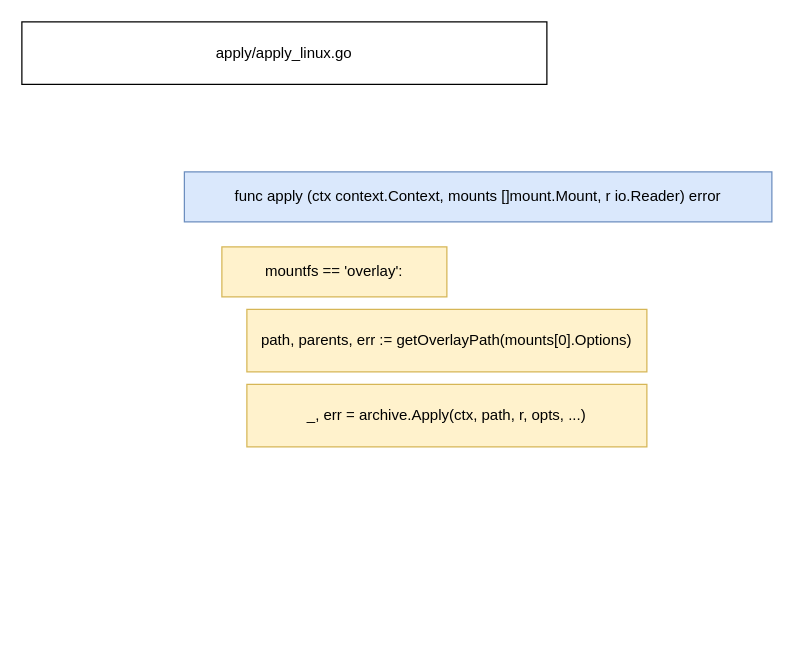
Earlier version of the draw.io diagram page "apply_linux.go" (2 of 4) of containerd_tar.go.drawio (fr0g2s/diagrams). Source tidied: cells renumbered, new cells numbered last; positions are measured from the earlier drawing's top-left corner, leaving out a move shared by most shapes. Both pictures are drawn from the tidied source at 125%, with x=0, y=0 at pixel (21, 21).
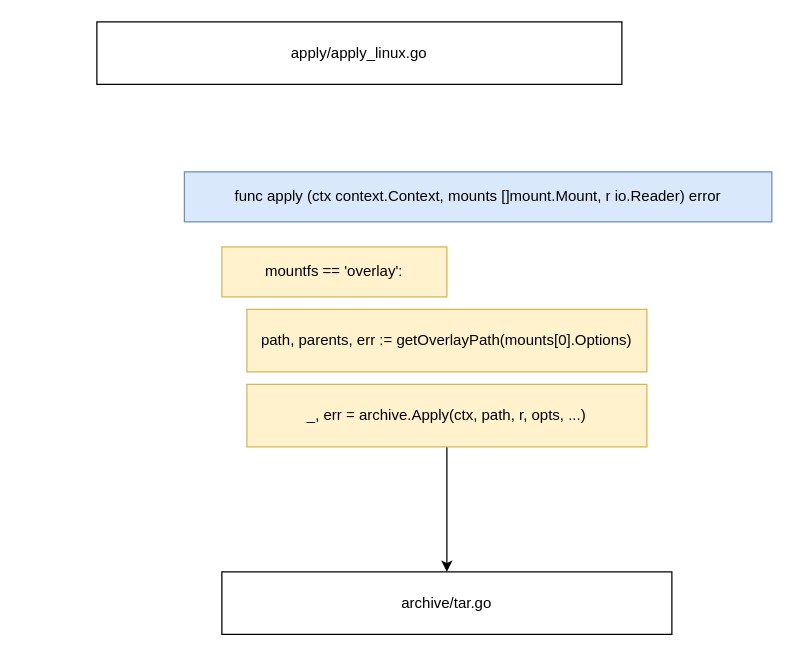
The same page after the edit.

The edit, as a diff of the source:
```diff
@@
 <mxGraphModel>
   <root>
     <mxCell id="0" />
     <mxCell id="1" parent="0" />
     <mxCell id="2" value="apply/apply_linux.go" style="rounded=0;whiteSpace=wrap;html=1;" parent="1" vertex="1">
-      <mxGeometry width="420" height="50" as="geometry" />
+      <mxGeometry x="60" width="420" height="50" as="geometry" />
     </mxCell>
     <mxCell id="3" value="func apply (ctx context.Context, mounts []mount.Mount, r io.Reader) error" style="rounded=0;whiteSpace=wrap;html=1;fillColor=#dae8fc;strokeColor=#6c8ebf;" parent="1" vertex="1">
       <mxGeometry x="130" y="120" width="470" height="40" as="geometry" />
     </mxCell>
+    <mxCell id="7" style="edgeStyle=orthogonalEdgeStyle;rounded=0;jettySize=auto;html=1;entryX=0.5;entryY=0;entryDx=0;entryDy=0;" parent="1" edge="1" source="4" target="8">
+      <mxGeometry relative="1" as="geometry" />
+    </mxCell>
     <mxCell id="4" value="_, err = archive.Apply(ctx, path, r, opts, ...)" style="rounded=0;whiteSpace=wrap;html=1;fillColor=#fff2cc;strokeColor=#d6b656;" parent="1" vertex="1">
       <mxGeometry x="180" y="290" width="320" height="50" as="geometry" />
     </mxCell>
     <mxCell id="5" value="mountfs == 'overlay':" style="rounded=0;whiteSpace=wrap;html=1;fillColor=#fff2cc;strokeColor=#d6b656;" parent="1" vertex="1">
       <mxGeometry x="160" y="180" width="180" height="40" as="geometry" />
     </mxCell>
     <mxCell id="6" value="path, parents, err := getOverlayPath(mounts[0].Options)" style="rounded=0;whiteSpace=wrap;html=1;fillColor=#fff2cc;strokeColor=#d6b656;" parent="1" vertex="1">
       <mxGeometry x="180" y="230" width="320" height="50" as="geometry" />
     </mxCell>
+    <mxCell id="8" value="archive/tar.go" style="rounded=0;whiteSpace=wrap;html=1;" parent="1" vertex="1">
+      <mxGeometry x="160" y="440" width="360" height="50" as="geometry" />
+    </mxCell>
   </root>
 </mxGraphModel>
```
